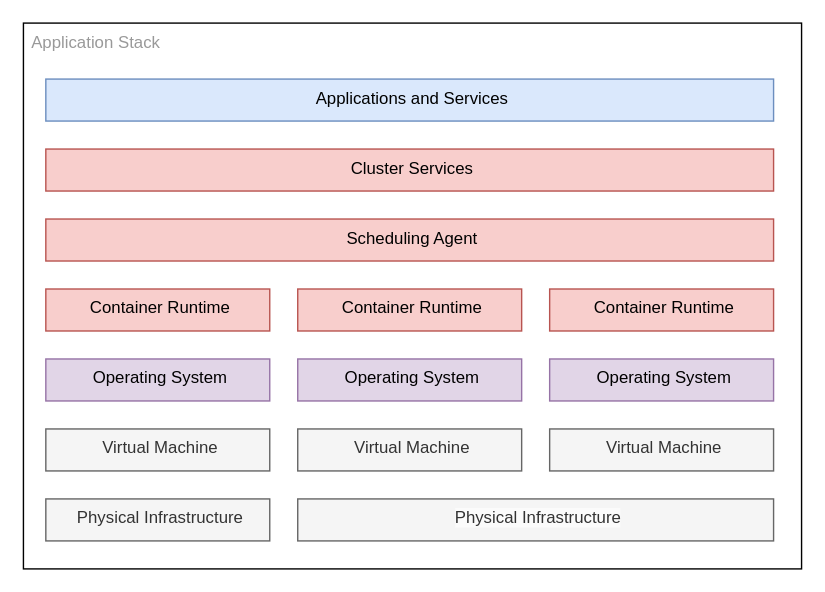
danielloader/kubernetes-sdlc keeps this draw.io diagram as docs/images/kubernetes-layers.drawio.svg. Above is the earlier version. Source tidied: cells renumbered, new cells last; positions are measured from the earlier drawing's top-left corner, leaving out a move shared by most shapes.
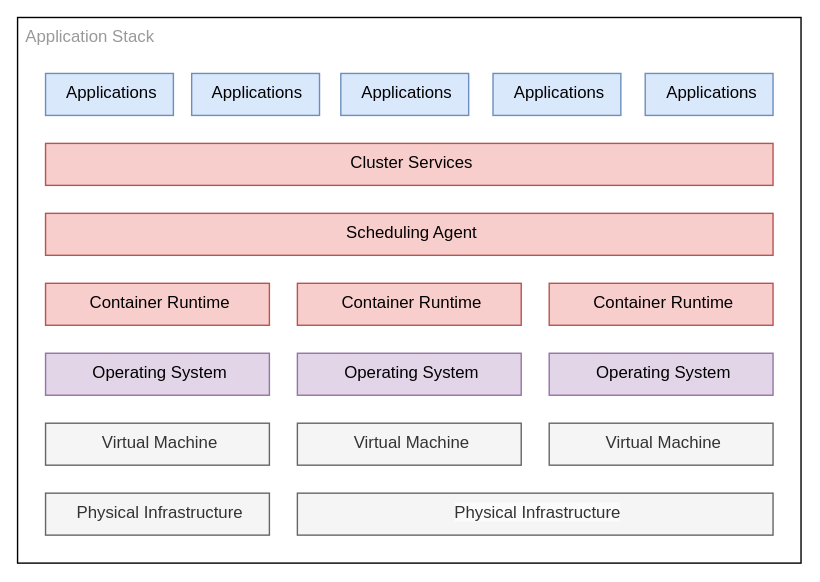
After the commit.

Diff of the diagram source:
```diff
@@ -3,49 +3,76 @@
     <mxCell id="0" />
     <mxCell id="1" parent="0" />
     <mxCell id="2" value="Application Stack" style="rounded=0;whiteSpace=wrap;html=1;horizontal=1;verticalAlign=top;align=left;spacingLeft=4;fontColor=#999999;" parent="1" vertex="1">
-      <mxGeometry width="556" height="390" as="geometry" />
+      <mxGeometry x="-4" width="560" height="390" as="geometry" />
     </mxCell>
-    <mxCell id="3" value="Container Runtime" style="rounded=0;whiteSpace=wrap;html=1;verticalAlign=top;align=center;spacingLeft=4;fillColor=#f8cecc;strokeColor=#b85450;" parent="1" vertex="1">
-      <mxGeometry x="16" y="190" width="160" height="30" as="geometry" />
-    </mxCell>
     <mxCell id="4" value="Scheduling Agent" style="rounded=0;whiteSpace=wrap;html=1;verticalAlign=top;align=center;spacingLeft=4;fillColor=#f8cecc;strokeColor=#b85450;" parent="1" vertex="1">
       <mxGeometry x="16" y="140" width="520" height="30" as="geometry" />
     </mxCell>
     <mxCell id="5" value="Cluster Services" style="rounded=0;whiteSpace=wrap;html=1;verticalAlign=top;align=center;spacingLeft=4;fillColor=#f8cecc;strokeColor=#b85450;" parent="1" vertex="1">
       <mxGeometry x="16" y="90" width="520" height="30" as="geometry" />
     </mxCell>
+    <mxCell id="17" style="group;" parent="1" vertex="1">
+      <mxGeometry x="16" y="40" width="520" height="30" as="geometry" />
+    </mxCell>
+    <mxCell id="16" value="Applications" style="rounded=0;whiteSpace=wrap;html=1;verticalAlign=top;align=center;spacingLeft=4;fillColor=#dae8fc;strokeColor=#6c8ebf;" parent="17" vertex="1">
+      <mxGeometry width="91.4" height="30" as="geometry" />
+    </mxCell>
+    <mxCell id="18" value="Applications" style="rounded=0;whiteSpace=wrap;html=1;verticalAlign=top;align=center;spacingLeft=4;fillColor=#dae8fc;strokeColor=#6c8ebf;" parent="17" vertex="1">
+      <mxGeometry x="104.4" width="91.4" height="30" as="geometry" />
+    </mxCell>
+    <mxCell id="19" value="Applications" style="rounded=0;whiteSpace=wrap;html=1;verticalAlign=top;align=center;spacingLeft=4;fillColor=#dae8fc;strokeColor=#6c8ebf;" parent="17" vertex="1">
+      <mxGeometry x="211" width="91.4" height="30" as="geometry" />
+    </mxCell>
+    <mxCell id="20" value="Applications" style="rounded=0;whiteSpace=wrap;html=1;verticalAlign=top;align=center;spacingLeft=4;fillColor=#dae8fc;strokeColor=#6c8ebf;" parent="17" vertex="1">
+      <mxGeometry x="319.8" width="91.4" height="30" as="geometry" />
+    </mxCell>
+    <mxCell id="21" value="Applications" style="rounded=0;whiteSpace=wrap;html=1;verticalAlign=top;align=center;spacingLeft=4;fillColor=#dae8fc;strokeColor=#6c8ebf;" parent="17" vertex="1">
+      <mxGeometry x="428.6" width="91.4" height="30" as="geometry" />
+    </mxCell>
+    <mxCell id="22" style="group;" parent="1" vertex="1">
+      <mxGeometry x="16" y="190" width="520" height="30" as="geometry" />
+    </mxCell>
+    <mxCell id="3" value="Container Runtime" style="rounded=0;whiteSpace=wrap;html=1;verticalAlign=top;align=center;spacingLeft=4;fillColor=#f8cecc;strokeColor=#b85450;" parent="22" vertex="1">
+      <mxGeometry width="160" height="30" as="geometry" />
+    </mxCell>
-    <mxCell id="6" value="Container Runtime" style="rounded=0;whiteSpace=wrap;html=1;verticalAlign=top;align=center;spacingLeft=4;fillColor=#f8cecc;strokeColor=#b85450;" parent="1" vertex="1">
-      <mxGeometry x="196" y="190" width="160" height="30" as="geometry" />
+    <mxCell id="6" value="Container Runtime" style="rounded=0;whiteSpace=wrap;html=1;verticalAlign=top;align=center;spacingLeft=4;fillColor=#f8cecc;strokeColor=#b85450;" parent="22" vertex="1">
+      <mxGeometry x="180" width="160" height="30" as="geometry" />
     </mxCell>
-    <mxCell id="7" value="Container Runtime" style="rounded=0;whiteSpace=wrap;html=1;verticalAlign=top;align=center;spacingLeft=4;fillColor=#f8cecc;strokeColor=#b85450;" parent="1" vertex="1">
-      <mxGeometry x="376" y="190" width="160" height="30" as="geometry" />
+    <mxCell id="7" value="Container Runtime" style="rounded=0;whiteSpace=wrap;html=1;verticalAlign=top;align=center;spacingLeft=4;fillColor=#f8cecc;strokeColor=#b85450;" parent="22" vertex="1">
+      <mxGeometry x="360" width="160" height="30" as="geometry" />
     </mxCell>
+    <mxCell id="23" style="group;" parent="1" vertex="1">
+      <mxGeometry x="16" y="240" width="520" height="30" as="geometry" />
+    </mxCell>
-    <mxCell id="8" value="Operating System" style="rounded=0;whiteSpace=wrap;html=1;verticalAlign=top;align=center;spacingLeft=4;fillColor=#e1d5e7;strokeColor=#9673a6;" parent="1" vertex="1">
-      <mxGeometry x="16" y="240" width="160" height="30" as="geometry" />
+    <mxCell id="8" value="Operating System" style="rounded=0;whiteSpace=wrap;html=1;verticalAlign=top;align=center;spacingLeft=4;fillColor=#e1d5e7;strokeColor=#9673a6;" parent="23" vertex="1">
+      <mxGeometry width="160" height="30" as="geometry" />
     </mxCell>
-    <mxCell id="9" value="Operating System" style="rounded=0;whiteSpace=wrap;html=1;verticalAlign=top;align=center;spacingLeft=4;fillColor=#e1d5e7;strokeColor=#9673a6;" parent="1" vertex="1">
-      <mxGeometry x="196" y="240" width="160" height="30" as="geometry" />
+    <mxCell id="9" value="Operating System" style="rounded=0;whiteSpace=wrap;html=1;verticalAlign=top;align=center;spacingLeft=4;fillColor=#e1d5e7;strokeColor=#9673a6;" parent="23" vertex="1">
+      <mxGeometry x="180" width="160" height="30" as="geometry" />
     </mxCell>
-    <mxCell id="10" value="Operating System" style="rounded=0;whiteSpace=wrap;html=1;verticalAlign=top;align=center;spacingLeft=4;fillColor=#e1d5e7;strokeColor=#9673a6;" parent="1" vertex="1">
-      <mxGeometry x="376" y="240" width="160" height="30" as="geometry" />
+    <mxCell id="10" value="Operating System" style="rounded=0;whiteSpace=wrap;html=1;verticalAlign=top;align=center;spacingLeft=4;fillColor=#e1d5e7;strokeColor=#9673a6;" parent="23" vertex="1">
+      <mxGeometry x="360" width="160" height="30" as="geometry" />
     </mxCell>
+    <mxCell id="24" style="group;" parent="1" vertex="1">
+      <mxGeometry x="16" y="290" width="520" height="30" as="geometry" />
+    </mxCell>
-    <mxCell id="11" value="Virtual Machine" style="rounded=0;whiteSpace=wrap;html=1;verticalAlign=top;align=center;spacingLeft=4;fillColor=#f5f5f5;strokeColor=#666666;fontColor=#333333;" parent="1" vertex="1">
-      <mxGeometry x="16" y="290" width="160" height="30" as="geometry" />
+    <mxCell id="11" value="Virtual Machine" style="rounded=0;whiteSpace=wrap;html=1;verticalAlign=top;align=center;spacingLeft=4;fillColor=#f5f5f5;strokeColor=#666666;fontColor=#333333;" parent="24" vertex="1">
+      <mxGeometry width="160" height="30" as="geometry" />
     </mxCell>
-    <mxCell id="12" value="Virtual Machine" style="rounded=0;whiteSpace=wrap;html=1;verticalAlign=top;align=center;spacingLeft=4;fillColor=#f5f5f5;strokeColor=#666666;fontColor=#333333;" parent="1" vertex="1">
-      <mxGeometry x="196" y="290" width="160" height="30" as="geometry" />
+    <mxCell id="12" value="Virtual Machine" style="rounded=0;whiteSpace=wrap;html=1;verticalAlign=top;align=center;spacingLeft=4;fillColor=#f5f5f5;strokeColor=#666666;fontColor=#333333;" parent="24" vertex="1">
+      <mxGeometry x="180" width="160" height="30" as="geometry" />
     </mxCell>
-    <mxCell id="13" value="Virtual Machine" style="rounded=0;whiteSpace=wrap;html=1;verticalAlign=top;align=center;spacingLeft=4;fillColor=#f5f5f5;strokeColor=#666666;fontColor=#333333;" parent="1" vertex="1">
-      <mxGeometry x="376" y="290" width="160" height="30" as="geometry" />
+    <mxCell id="13" value="Virtual Machine" style="rounded=0;whiteSpace=wrap;html=1;verticalAlign=top;align=center;spacingLeft=4;fillColor=#f5f5f5;strokeColor=#666666;fontColor=#333333;" parent="24" vertex="1">
+      <mxGeometry x="360" width="160" height="30" as="geometry" />
     </mxCell>
+    <mxCell id="25" style="group;" parent="1" vertex="1">
+      <mxGeometry x="16" y="340" width="520" height="30" as="geometry" />
+    </mxCell>
-    <mxCell id="14" value="Physical Infrastructure" style="rounded=0;whiteSpace=wrap;html=1;verticalAlign=top;align=center;spacingLeft=4;fillColor=#f5f5f5;strokeColor=#666666;fontColor=#333333;" parent="1" vertex="1">
-      <mxGeometry x="16" y="340" width="160" height="30" as="geometry" />
+    <mxCell id="14" value="Physical Infrastructure" style="rounded=0;whiteSpace=wrap;html=1;verticalAlign=top;align=center;spacingLeft=4;fillColor=#f5f5f5;strokeColor=#666666;fontColor=#333333;" parent="25" vertex="1">
+      <mxGeometry width="160" height="30" as="geometry" />
     </mxCell>
-    <mxCell id="15" value="&lt;span style=&quot;color: rgb(51, 51, 51); font-family: Helvetica; font-size: 12px; font-style: normal; font-variant-ligatures: normal; font-variant-caps: normal; font-weight: 400; letter-spacing: normal; orphans: 2; text-align: center; text-indent: 0px; text-transform: none; widows: 2; word-spacing: 0px; -webkit-text-stroke-width: 0px; background-color: rgb(251, 251, 251); text-decoration-thickness: initial; text-decoration-style: initial; text-decoration-color: initial; float: none; display: inline !important;&quot;&gt;Physical Infrastructure&lt;/span&gt;&lt;br&gt;" style="rounded=0;whiteSpace=wrap;html=1;verticalAlign=top;align=center;spacingLeft=4;fillColor=#f5f5f5;strokeColor=#666666;fontColor=#333333;" parent="1" vertex="1">
-      <mxGeometry x="196" y="340" width="340" height="30" as="geometry" />
+    <mxCell id="15" value="&lt;span style=&quot;color: rgb(51, 51, 51); font-family: Helvetica; font-size: 12px; font-style: normal; font-variant-ligatures: normal; font-variant-caps: normal; font-weight: 400; letter-spacing: normal; orphans: 2; text-align: center; text-indent: 0px; text-transform: none; widows: 2; word-spacing: 0px; -webkit-text-stroke-width: 0px; background-color: rgb(251, 251, 251); text-decoration-thickness: initial; text-decoration-style: initial; text-decoration-color: initial; float: none; display: inline !important;&quot;&gt;Physical Infrastructure&lt;/span&gt;&lt;br&gt;" style="rounded=0;whiteSpace=wrap;html=1;verticalAlign=top;align=center;spacingLeft=4;fillColor=#f5f5f5;strokeColor=#666666;fontColor=#333333;" parent="25" vertex="1">
+      <mxGeometry x="180" width="340" height="30" as="geometry" />
     </mxCell>
-    <mxCell id="16" value="Applications and Services" style="rounded=0;whiteSpace=wrap;html=1;verticalAlign=top;align=center;spacingLeft=4;fillColor=#dae8fc;strokeColor=#6c8ebf;" parent="1" vertex="1">
-      <mxGeometry x="16" y="40" width="520" height="30" as="geometry" />
-    </mxCell>
   </root>
 </mxGraphModel>
```
